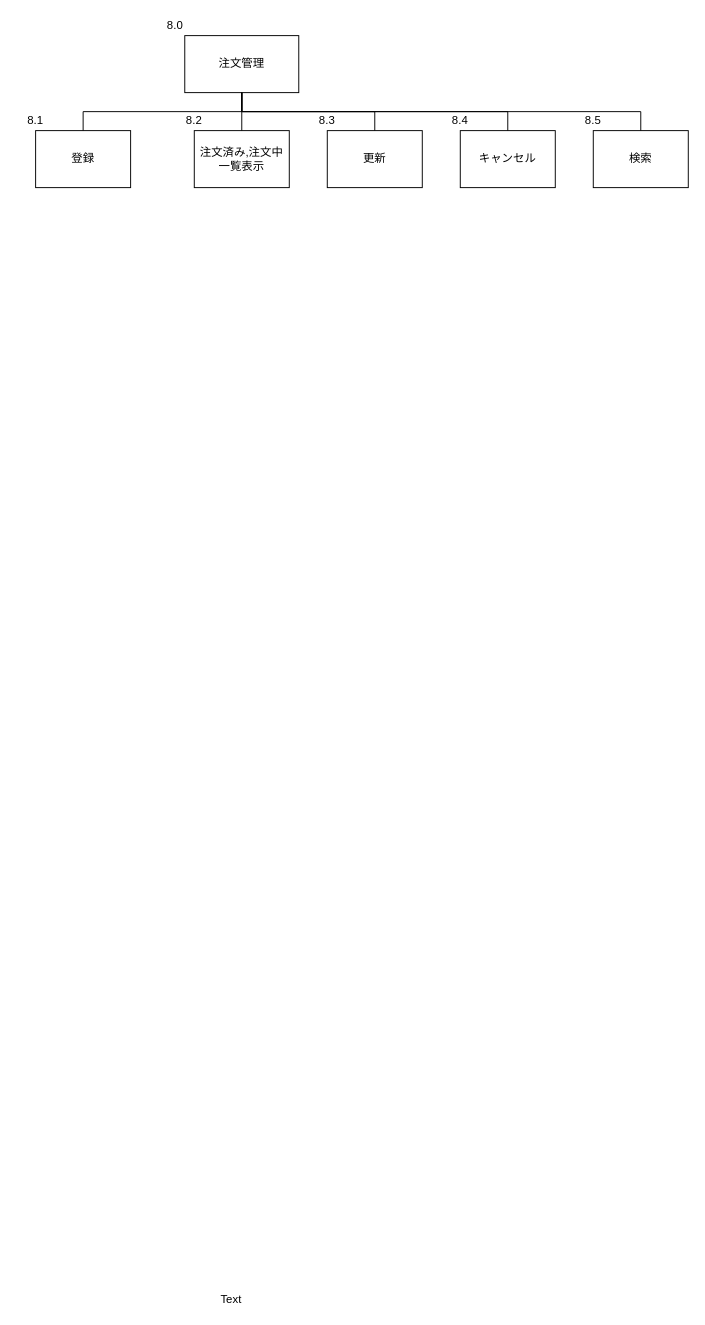
Earlier version of the draw.io diagram サブシステム構造図/注文管理.drawio (Yamanin3/system-devel). Source tidied: cells renumbered, new cells numbered last; positions are measured from the earlier drawing's top-left corner, leaving out a move shared by most shapes. Both pictures are drawn from the tidied source at 95%, with x=0, y=0 at pixel (16, 16).
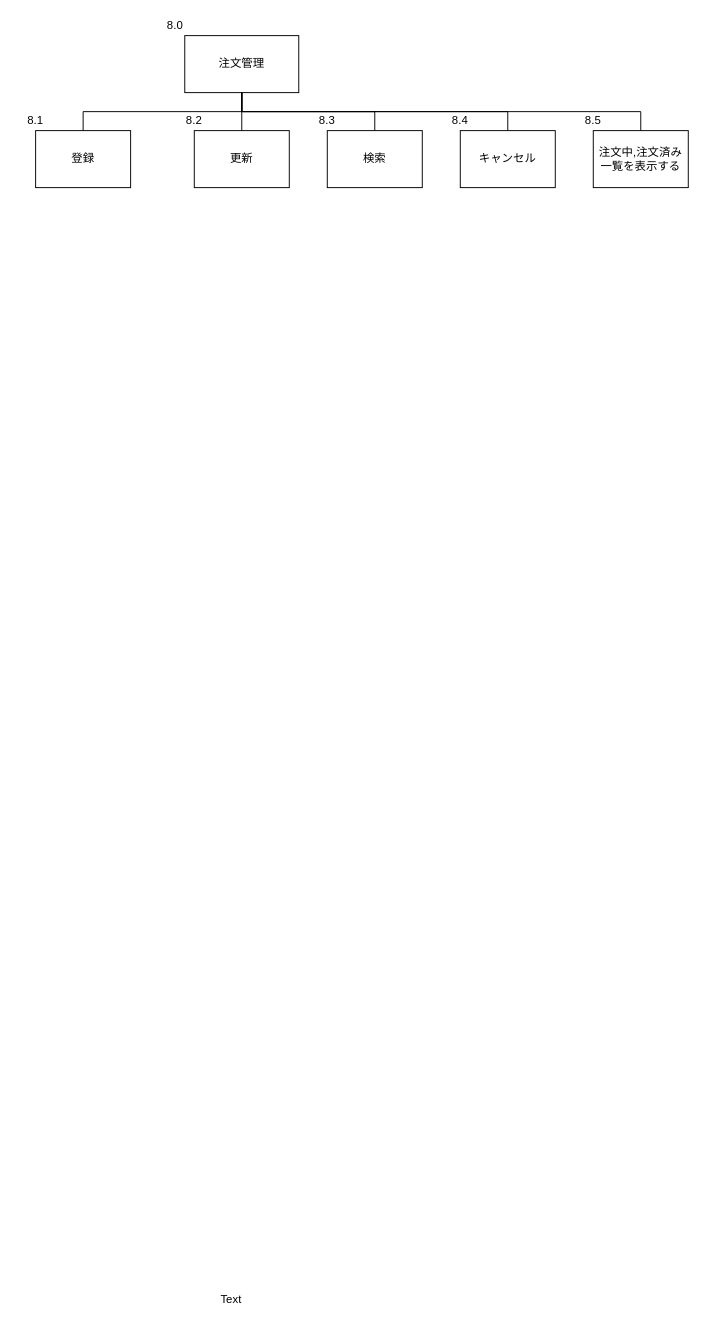
The same page after the edit.

Change to the diagram source:
```diff
@@
 <mxGraphModel>
   <root>
     <mxCell id="0" />
     <mxCell id="1" parent="0" />
     <mxCell id="2" value="注文管理" style="whiteSpace=wrap;html=1;align=center;" parent="1" vertex="1">
       <mxGeometry x="177" y="20" width="120" height="60" as="geometry" />
     </mxCell>
-    <mxCell id="3" value="注文済み,注文中一覧表示" style="whiteSpace=wrap;html=1;align=center;verticalAlign=middle;" parent="1" vertex="1">
+    <mxCell id="3" value="更新" style="whiteSpace=wrap;html=1;align=center;verticalAlign=middle;" parent="1" vertex="1">
       <mxGeometry x="187" y="120" width="100" height="60" as="geometry" />
     </mxCell>
     <mxCell id="4" style="edgeStyle=elbowEdgeStyle;elbow=vertical;startArrow=none;endArrow=none;rounded=0;exitX=0.5;exitY=1;exitDx=0;exitDy=0;" parent="1" edge="1" source="2" target="3">
       <mxGeometry relative="1" as="geometry" />
     </mxCell>
-    <mxCell id="5" value="更新" style="whiteSpace=wrap;html=1;align=center;verticalAlign=middle;" parent="1" vertex="1">
+    <mxCell id="5" value="検索" style="whiteSpace=wrap;html=1;align=center;verticalAlign=middle;" parent="1" vertex="1">
       <mxGeometry x="327" y="120" width="100" height="60" as="geometry" />
     </mxCell>
     <mxCell id="6" value="登録" style="whiteSpace=wrap;html=1;align=center;verticalAlign=middle;" parent="1" vertex="1">
       <mxGeometry x="20" y="120" width="100" height="60" as="geometry" />
     </mxCell>
     <mxCell id="7" value="8.1" style="text;html=1;strokeColor=none;fillColor=none;align=center;verticalAlign=middle;whiteSpace=wrap;rounded=0;" parent="1" vertex="1">
       <mxGeometry y="100" width="40" height="20" as="geometry" />
     </mxCell>
     <mxCell id="8" value="8.2" style="text;html=1;strokeColor=none;fillColor=none;align=center;verticalAlign=middle;whiteSpace=wrap;rounded=0;" parent="1" vertex="1">
       <mxGeometry x="167" y="100" width="40" height="20" as="geometry" />
     </mxCell>
     <mxCell id="9" value="8.0" style="text;html=1;strokeColor=none;fillColor=none;align=center;verticalAlign=middle;whiteSpace=wrap;rounded=0;" parent="1" vertex="1">
       <mxGeometry x="147" width="40" height="20" as="geometry" />
     </mxCell>
     <mxCell id="10" value="Text" style="text;html=1;align=left;verticalAlign=top;spacingTop=-4;" parent="1" vertex="1">
       <mxGeometry x="213" y="1341" width="40" height="20" as="geometry" />
     </mxCell>
     <mxCell id="11" value="8.3" style="text;html=1;strokeColor=none;fillColor=none;align=center;verticalAlign=middle;whiteSpace=wrap;rounded=0;" parent="1" vertex="1">
       <mxGeometry x="307" y="100" width="40" height="20" as="geometry" />
     </mxCell>
     <mxCell id="12" style="edgeStyle=elbowEdgeStyle;elbow=vertical;startArrow=none;endArrow=none;rounded=0;exitX=0.5;exitY=1;exitDx=0;exitDy=0;entryX=0.5;entryY=0;entryDx=0;entryDy=0;" parent="1" edge="1" source="2" target="5">
       <mxGeometry relative="1" as="geometry" />
     </mxCell>
     <mxCell id="13" style="edgeStyle=elbowEdgeStyle;elbow=vertical;startArrow=none;endArrow=none;rounded=0;exitX=0.5;exitY=1;exitDx=0;exitDy=0;entryX=0.5;entryY=0;entryDx=0;entryDy=0;" parent="1" edge="1" source="2" target="6">
       <mxGeometry relative="1" as="geometry" />
     </mxCell>
     <mxCell id="14" value="キャンセル" style="whiteSpace=wrap;html=1;align=center;verticalAlign=middle;" parent="1" vertex="1">
       <mxGeometry x="467" y="120" width="100" height="60" as="geometry" />
     </mxCell>
     <mxCell id="15" value="8.4" style="text;html=1;strokeColor=none;fillColor=none;align=center;verticalAlign=middle;whiteSpace=wrap;rounded=0;" parent="1" vertex="1">
       <mxGeometry x="447" y="100" width="40" height="20" as="geometry" />
     </mxCell>
     <mxCell id="16" style="edgeStyle=elbowEdgeStyle;elbow=vertical;startArrow=none;endArrow=none;rounded=0;exitX=0.5;exitY=1;exitDx=0;exitDy=0;entryX=0.5;entryY=0;entryDx=0;entryDy=0;" parent="1" edge="1" source="2" target="14">
       <mxGeometry relative="1" as="geometry" />
     </mxCell>
-    <mxCell id="17" value="検索" style="whiteSpace=wrap;html=1;align=center;verticalAlign=middle;" parent="1" vertex="1">
+    <mxCell id="17" value="注文中,注文済み一覧を表示する" style="whiteSpace=wrap;html=1;align=center;verticalAlign=middle;" parent="1" vertex="1">
       <mxGeometry x="607" y="120" width="100" height="60" as="geometry" />
     </mxCell>
     <mxCell id="18" value="8.5" style="text;html=1;strokeColor=none;fillColor=none;align=center;verticalAlign=middle;whiteSpace=wrap;rounded=0;" parent="1" vertex="1">
       <mxGeometry x="587" y="100" width="40" height="20" as="geometry" />
     </mxCell>
     <mxCell id="19" style="edgeStyle=elbowEdgeStyle;elbow=vertical;startArrow=none;endArrow=none;rounded=0;exitX=0.5;exitY=1;exitDx=0;exitDy=0;entryX=0.5;entryY=0;entryDx=0;entryDy=0;" parent="1" edge="1" source="2" target="17">
       <mxGeometry relative="1" as="geometry" />
     </mxCell>
   </root>
 </mxGraphModel>
```
